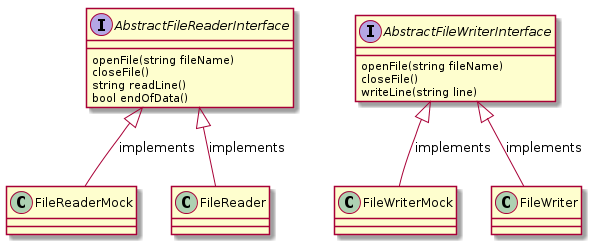
The PlantUML diagram course/plantuml/300_MockObjects.png in jmossberg/tddcourse, before a commit. The source it was exported from:
```plantuml
@startuml
interface AbstractFileReaderInterface
interface AbstractFileWriterInterface

AbstractFileReaderInterface : openFile(string fileName)
AbstractFileReaderInterface : closeFile()
AbstractFileReaderInterface : string readLine()
AbstractFileReaderInterface : bool endOfData()


AbstractFileReaderInterface <|-- FileReaderMock : implements
AbstractFileReaderInterface <|-- FileReader : implements

AbstractFileWriterInterface : openFile(string fileName)
AbstractFileWriterInterface : closeFile()
AbstractFileWriterInterface : writeLine(string line)

AbstractFileWriterInterface <|-- FileWriterMock : implements
AbstractFileWriterInterface <|-- FileWriter : implements
@enduml
```
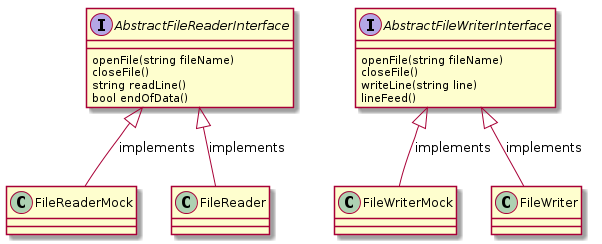
The same file after the commit.

Commit message:
Updated course material to reflect that the abstract interface for file writer has been updated to include the virtual function lineFeed()

Change to the diagram source:
```diff
@@ -14,6 +14,7 @@
 AbstractFileWriterInterface : openFile(string fileName)
 AbstractFileWriterInterface : closeFile()
 AbstractFileWriterInterface : writeLine(string line)
+AbstractFileWriterInterface : lineFeed()
 
 AbstractFileWriterInterface <|-- FileWriterMock : implements
 AbstractFileWriterInterface <|-- FileWriter : implements
```
